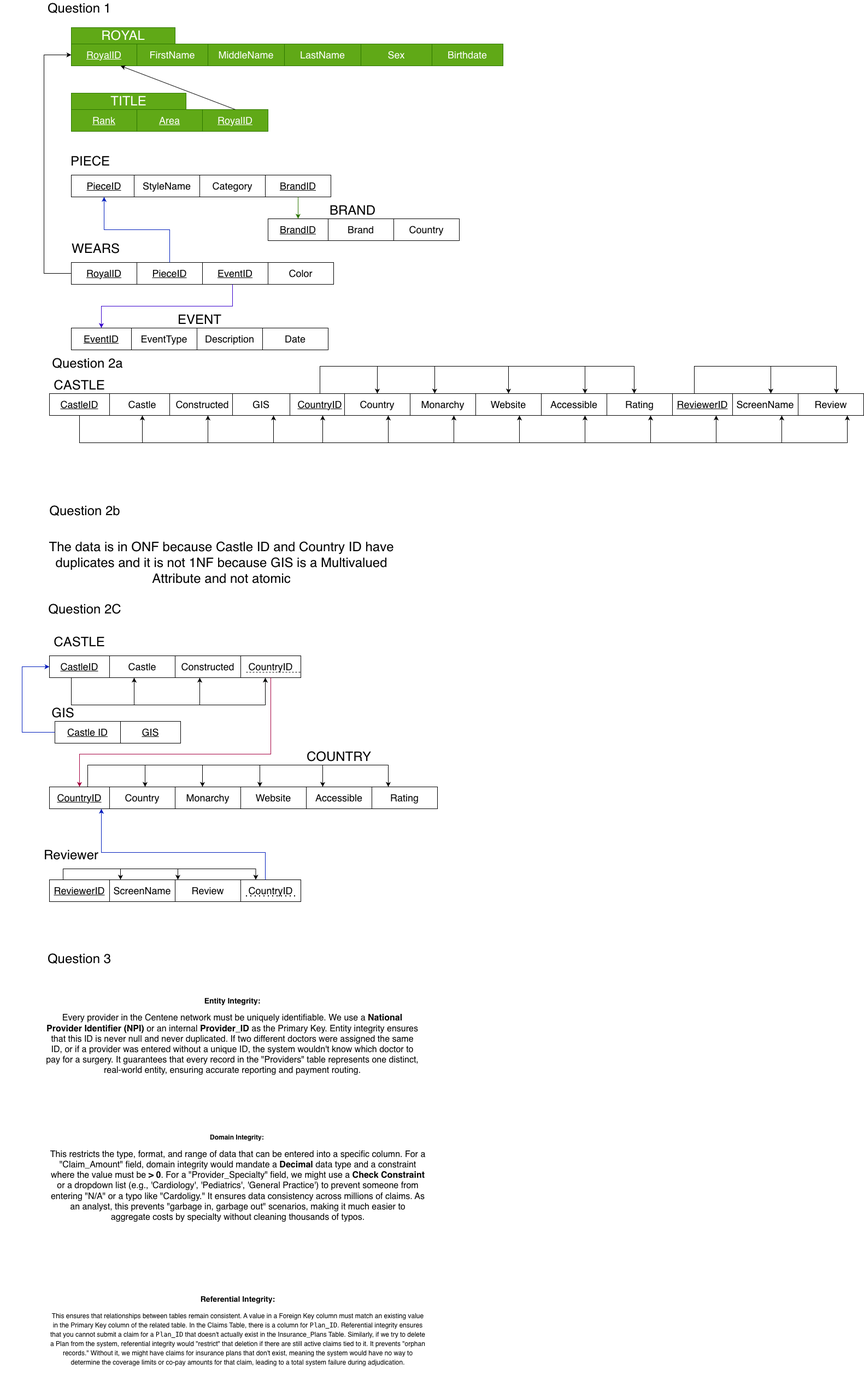
This is HW2/HW 2.drawio.png from KennethManzi1/Data-Management-Graduate-School-Course, a draw.io export, as it was before one commit. Source tidied: cells renumbered, new cells last; positions are measured from the earlier drawing's top-left corner, leaving out a move shared by most shapes.
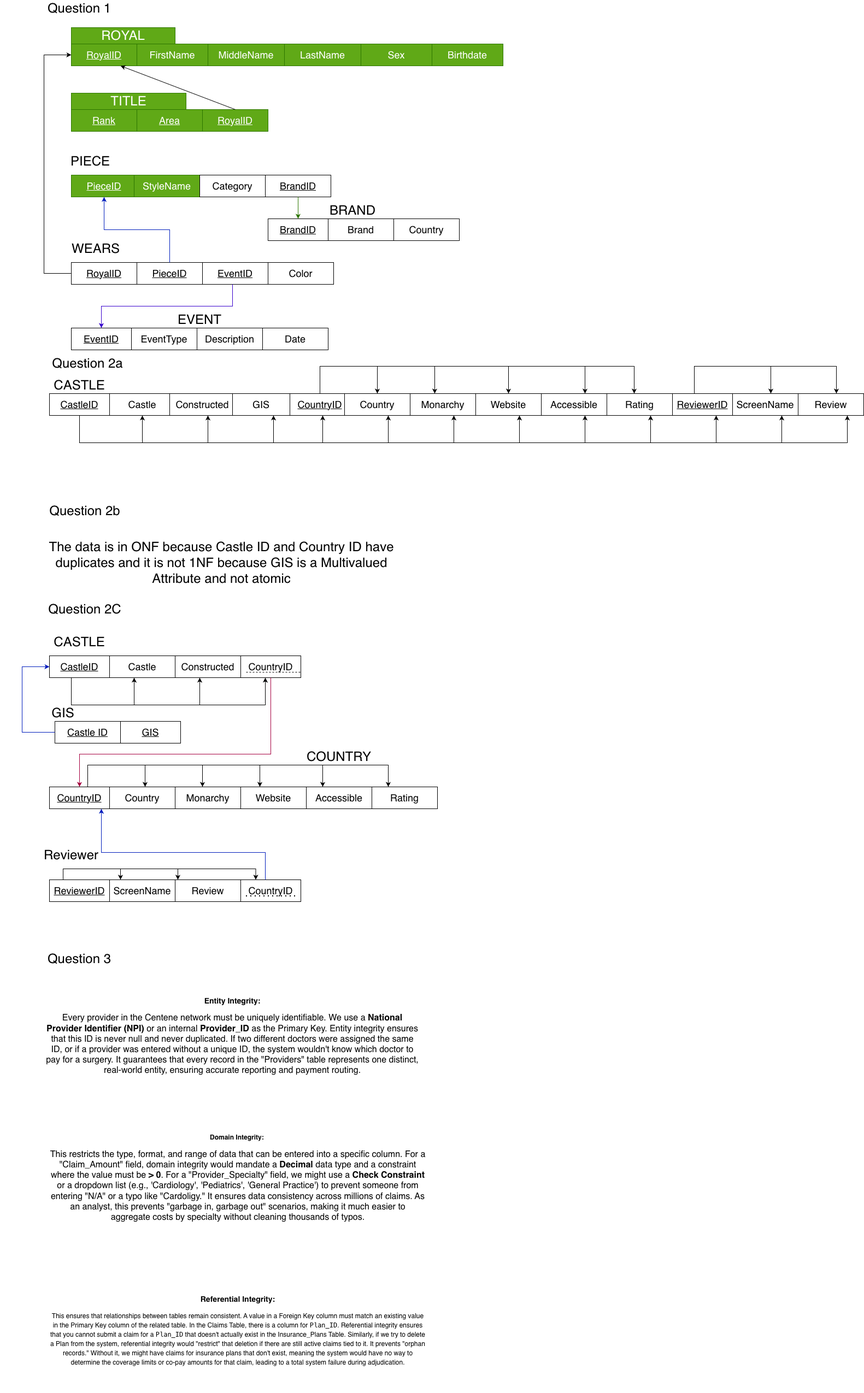
Later version of the same file.

Change to the diagram source:
```diff
@@ -46,10 +46,10 @@
     <mxCell id="15" value="&lt;font style=&quot;font-size: 24px;&quot;&gt;TITLE&lt;/font&gt;" style="text;html=1;whiteSpace=wrap;strokeColor=#2D7600;fillColor=#60a917;align=center;verticalAlign=middle;rounded=0;fontColor=#ffffff;" parent="1" vertex="1">
       <mxGeometry x="130" y="170" width="210" height="30" as="geometry" />
     </mxCell>
-    <mxCell id="16" value="&lt;font style=&quot;font-size: 18px;&quot;&gt;&lt;u&gt;PieceID&lt;/u&gt;&lt;/font&gt;" style="whiteSpace=wrap;html=1;align=center;" parent="1" vertex="1">
+    <mxCell id="16" value="&lt;font style=&quot;font-size: 18px;&quot;&gt;&lt;u&gt;PieceID&lt;/u&gt;&lt;/font&gt;" style="whiteSpace=wrap;html=1;align=center;fillColor=#60a917;fontColor=#ffffff;strokeColor=#2D7600;" parent="1" vertex="1">
       <mxGeometry x="130" y="320" width="120" height="40" as="geometry" />
     </mxCell>
-    <mxCell id="17" value="&lt;font style=&quot;font-size: 18px;&quot;&gt;StyleName&lt;/font&gt;" style="whiteSpace=wrap;html=1;align=center;" parent="1" vertex="1">
+    <mxCell id="17" value="&lt;font style=&quot;font-size: 18px;&quot;&gt;StyleName&lt;/font&gt;" style="whiteSpace=wrap;html=1;align=center;fillColor=#60a917;fontColor=#ffffff;strokeColor=#2D7600;" parent="1" vertex="1">
       <mxGeometry x="245" y="320" width="120" height="40" as="geometry" />
     </mxCell>
     <mxCell id="18" value="&lt;font style=&quot;font-size: 18px;&quot;&gt;Category&lt;/font&gt;" style="whiteSpace=wrap;html=1;align=center;" parent="1" vertex="1">
```
